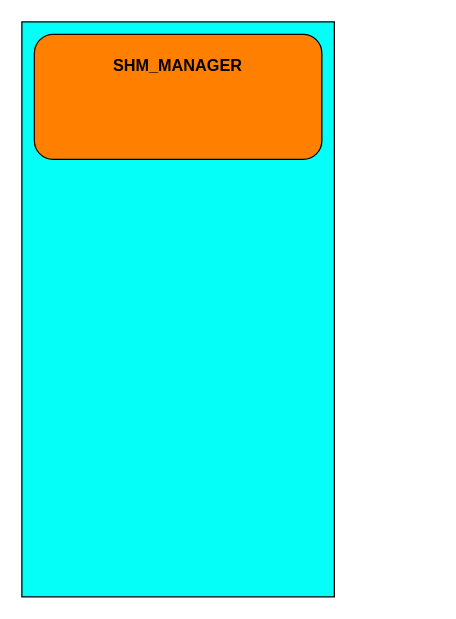
Before: Untitled Diagram.drawio in FAKERINHEART/draw_folder, a draw.io diagram. Source tidied: cells renumbered, new cells numbered last; positions are measured from the earlier drawing's top-left corner, leaving out a move shared by most shapes. Both pictures are drawn from the tidied source at 125%, with x=0, y=0 at pixel (21, 21).
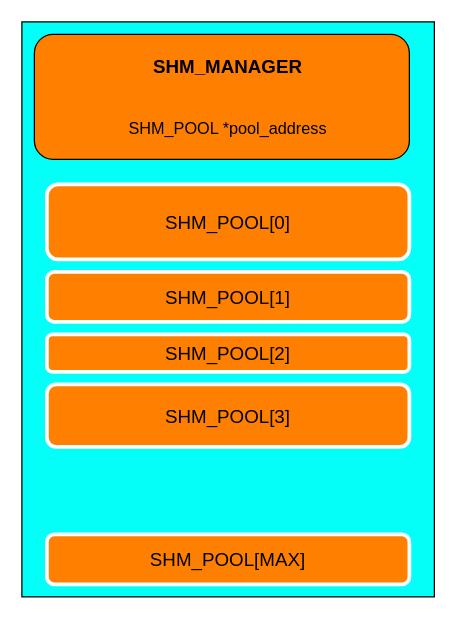
The same diagram, later.

The edit, as a diff of the source:
```diff
@@
 <mxGraphModel>
   <root>
     <mxCell id="0" />
     <mxCell id="1" parent="0" />
     <mxCell id="2" style="rounded=0;whiteSpace=wrap;html=1;shadow=0;glass=0;fillColor=#03FFF7;gradientColor=none;" parent="1" vertex="1">
-      <mxGeometry width="250" height="460" as="geometry" />
+      <mxGeometry width="330" height="460" as="geometry" />
     </mxCell>
     <mxCell id="3" style="rounded=1;whiteSpace=wrap;html=1;fillColor=#FF8000;" parent="1" vertex="1">
-      <mxGeometry x="10" y="10" width="230" height="100" as="geometry" />
+      <mxGeometry x="10" y="10" width="300" height="100" as="geometry" />
     </mxCell>
-    <mxCell id="4" value="SHM_MANAGER" style="rounded=0;whiteSpace=wrap;html=1;shadow=0;glass=0;fillColor=#FF8000;gradientColor=none;fontSize=13;strokeColor=none;fontStyle=1;" parent="1" vertex="1">
-      <mxGeometry x="25" y="20" width="200" height="30" as="geometry" />
+    <mxCell id="4" value="SHM_MANAGER" style="rounded=0;whiteSpace=wrap;html=1;shadow=0;glass=0;fillColor=#FF8000;gradientColor=none;fontSize=15;strokeColor=none;fontStyle=1;" parent="1" vertex="1">
+      <mxGeometry x="65" y="20" width="200" height="30" as="geometry" />
     </mxCell>
+    <mxCell id="5" value="SHM_POOL *pool_address" style="rounded=0;whiteSpace=wrap;html=1;shadow=0;glass=0;fillColor=#FF8000;gradientColor=none;fontSize=13;strokeColor=none;" parent="1" vertex="1">
+      <mxGeometry x="75" y="70" width="180" height="30" as="geometry" />
+    </mxCell>
+    <mxCell id="6" value="SHM_POOL[0]" style="rounded=1;whiteSpace=wrap;html=1;shadow=0;glass=0;fillColor=#FF8000;gradientColor=none;fontSize=15;strokeColor=#FFFFFF;strokeWidth=3;" parent="1" vertex="1">
+      <mxGeometry x="20" y="130" width="290" height="60" as="geometry" />
+    </mxCell>
+    <mxCell id="7" value="SHM_POOL[1]" style="rounded=1;whiteSpace=wrap;html=1;shadow=0;glass=0;fillColor=#FF8000;gradientColor=none;fontSize=15;strokeColor=#FFFFFF;strokeWidth=3;" parent="1" vertex="1">
+      <mxGeometry x="20" y="200" width="290" height="40" as="geometry" />
+    </mxCell>
+    <mxCell id="8" value="SHM_POOL[2]" style="rounded=1;whiteSpace=wrap;html=1;shadow=0;glass=0;fillColor=#FF8000;gradientColor=none;fontSize=15;strokeColor=#FFFFFF;strokeWidth=3;" parent="1" vertex="1">
+      <mxGeometry x="20" y="250" width="290" height="30" as="geometry" />
+    </mxCell>
+    <mxCell id="9" value="SHM_POOL[3]" style="rounded=1;whiteSpace=wrap;html=1;shadow=0;glass=0;fillColor=#FF8000;gradientColor=none;fontSize=15;strokeColor=#FFFFFF;strokeWidth=3;" parent="1" vertex="1">
+      <mxGeometry x="20" y="290" width="290" height="50" as="geometry" />
+    </mxCell>
+    <mxCell id="10" value="SHM_POOL[MAX]" style="rounded=1;whiteSpace=wrap;html=1;shadow=0;glass=0;fillColor=#FF8000;gradientColor=none;fontSize=15;strokeColor=#FFFFFF;strokeWidth=3;" parent="1" vertex="1">
+      <mxGeometry x="20" y="410" width="290" height="40" as="geometry" />
+    </mxCell>
   </root>
 </mxGraphModel>
```
